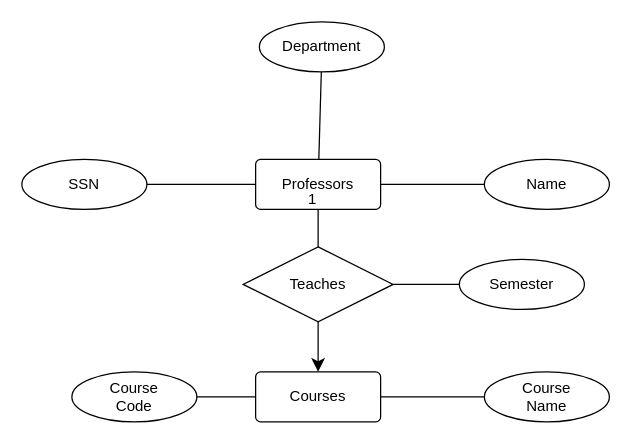
Earlier version of the draw.io diagram page "Q2_b" (2 of 6) of assign1_Q2.drawio (Krish-TT/DBMS-Lab-Course-MA2205). Source tidied: cells renumbered, new cells numbered last; positions are measured from the earlier drawing's top-left corner, leaving out a move shared by most shapes. Both pictures are drawn from the tidied source at 125%, with x=0, y=0 at pixel (21, 21).
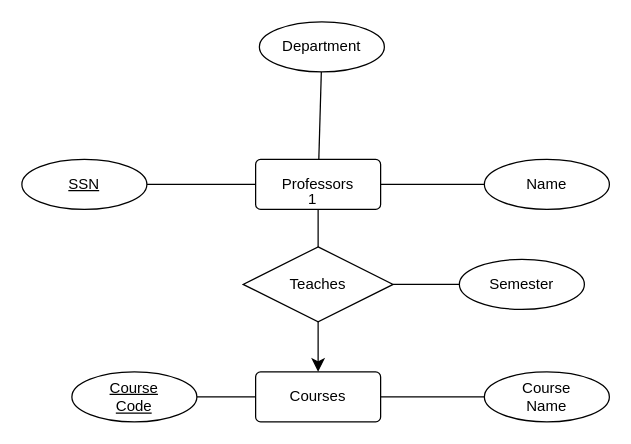
After the change.

Change to the diagram source:
```diff
@@
 <mxGraphModel>
   <root>
     <mxCell id="0" />
     <mxCell id="1" parent="0" />
     <mxCell id="2" value="Professors" style="rounded=1;arcSize=10;whiteSpace=wrap;html=1;align=center;" parent="1" vertex="1">
       <mxGeometry x="187" y="110" width="100" height="40" as="geometry" />
     </mxCell>
     <mxCell id="3" style="edgeStyle=none;curved=1;rounded=0;jettySize=auto;html=1;fontSize=12;startSize=8;endSize=8;endArrow=none;endFill=0;exitX=0;exitY=0.5;exitDx=0;exitDy=0;" parent="1" edge="1" source="6" target="2">
       <mxGeometry relative="1" as="geometry" />
     </mxCell>
     <mxCell id="4" style="edgeStyle=none;curved=1;rounded=0;jettySize=auto;html=1;fontSize=12;startSize=8;endSize=8;exitX=1;exitY=0.5;exitDx=0;exitDy=0;endArrow=none;endFill=0;" parent="1" edge="1" source="5" target="2">
       <mxGeometry relative="1" as="geometry" />
     </mxCell>
-    <mxCell id="5" value="SSN" style="ellipse;whiteSpace=wrap;html=1;align=center;" parent="1" vertex="1">
+    <mxCell id="5" value="&lt;u&gt;SSN&lt;/u&gt;" style="ellipse;whiteSpace=wrap;html=1;align=center;" parent="1" vertex="1">
       <mxGeometry y="110" width="100" height="40" as="geometry" />
     </mxCell>
     <mxCell id="6" value="Name" style="ellipse;whiteSpace=wrap;html=1;align=center;" parent="1" vertex="1">
       <mxGeometry x="370" y="110" width="100" height="40" as="geometry" />
     </mxCell>
     <mxCell id="7" style="edgeStyle=none;curved=1;rounded=0;jettySize=auto;html=1;fontSize=12;startSize=8;endSize=8;endArrow=none;endFill=0;" parent="1" edge="1" source="8" target="2">
       <mxGeometry relative="1" as="geometry" />
     </mxCell>
     <mxCell id="8" value="Department" style="ellipse;whiteSpace=wrap;html=1;align=center;" parent="1" vertex="1">
       <mxGeometry x="190" width="100" height="40" as="geometry" />
     </mxCell>
     <mxCell id="9" value="Courses" style="rounded=1;arcSize=10;whiteSpace=wrap;html=1;align=center;" parent="1" vertex="1">
       <mxGeometry x="187" y="280" width="100" height="40" as="geometry" />
     </mxCell>
     <mxCell id="10" style="edgeStyle=none;curved=1;rounded=0;jettySize=auto;html=1;exitX=0.5;exitY=1;exitDx=0;exitDy=0;entryX=0.5;entryY=0;entryDx=0;entryDy=0;fontSize=12;startSize=8;endSize=8;" parent="1" edge="1" source="11" target="9">
       <mxGeometry relative="1" as="geometry" />
     </mxCell>
     <mxCell id="11" value="Teaches" style="shape=rhombus;perimeter=rhombusPerimeter;whiteSpace=wrap;html=1;align=center;" parent="1" vertex="1">
       <mxGeometry x="177" y="180" width="120" height="60" as="geometry" />
     </mxCell>
     <mxCell id="12" style="endArrow=none;html=1;rounded=0;fontSize=12;startSize=8;endSize=8;curved=1;exitX=0.5;exitY=0;exitDx=0;exitDy=0;entryX=0.5;entryY=1;entryDx=0;entryDy=0;" parent="1" edge="1" source="11" target="2">
       <mxGeometry relative="1" as="geometry" />
     </mxCell>
     <mxCell id="13" value="1" style="html=1;whiteSpace=wrap;align=right;verticalAlign=bottom;" parent="12" vertex="1">
       <mxGeometry x="1" relative="1" as="geometry" />
     </mxCell>
     <mxCell id="14" style="edgeStyle=none;curved=1;rounded=0;jettySize=auto;html=1;fontSize=12;startSize=8;endSize=8;endArrow=none;endFill=0;" parent="1" edge="1" source="15" target="9">
       <mxGeometry relative="1" as="geometry" />
     </mxCell>
     <mxCell id="15" value="&lt;div&gt;Course&lt;/div&gt;Name" style="ellipse;whiteSpace=wrap;html=1;align=center;" parent="1" vertex="1">
       <mxGeometry x="370" y="280" width="100" height="40" as="geometry" />
     </mxCell>
     <mxCell id="16" style="edgeStyle=none;curved=1;rounded=0;jettySize=auto;html=1;fontSize=12;startSize=8;endSize=8;endArrow=none;endFill=0;" parent="1" edge="1" source="17" target="9">
       <mxGeometry relative="1" as="geometry" />
     </mxCell>
-    <mxCell id="17" value="Course&lt;div&gt;Code&lt;/div&gt;" style="ellipse;whiteSpace=wrap;html=1;align=center;" parent="1" vertex="1">
+    <mxCell id="17" value="&lt;u&gt;Course&lt;/u&gt;&lt;div&gt;&lt;u&gt;Code&lt;/u&gt;&lt;/div&gt;" style="ellipse;whiteSpace=wrap;html=1;align=center;" parent="1" vertex="1">
       <mxGeometry x="40" y="280" width="100" height="40" as="geometry" />
     </mxCell>
     <mxCell id="18" style="edgeStyle=orthogonalEdgeStyle;rounded=0;jettySize=auto;html=1;endArrow=none;endFill=0;" parent="1" edge="1" source="19" target="11">
       <mxGeometry relative="1" as="geometry" />
     </mxCell>
     <mxCell id="19" value="&lt;div&gt;Semester&lt;/div&gt;" style="ellipse;whiteSpace=wrap;html=1;align=center;" parent="1" vertex="1">
       <mxGeometry x="350" y="190" width="100" height="40" as="geometry" />
     </mxCell>
   </root>
 </mxGraphModel>
```
